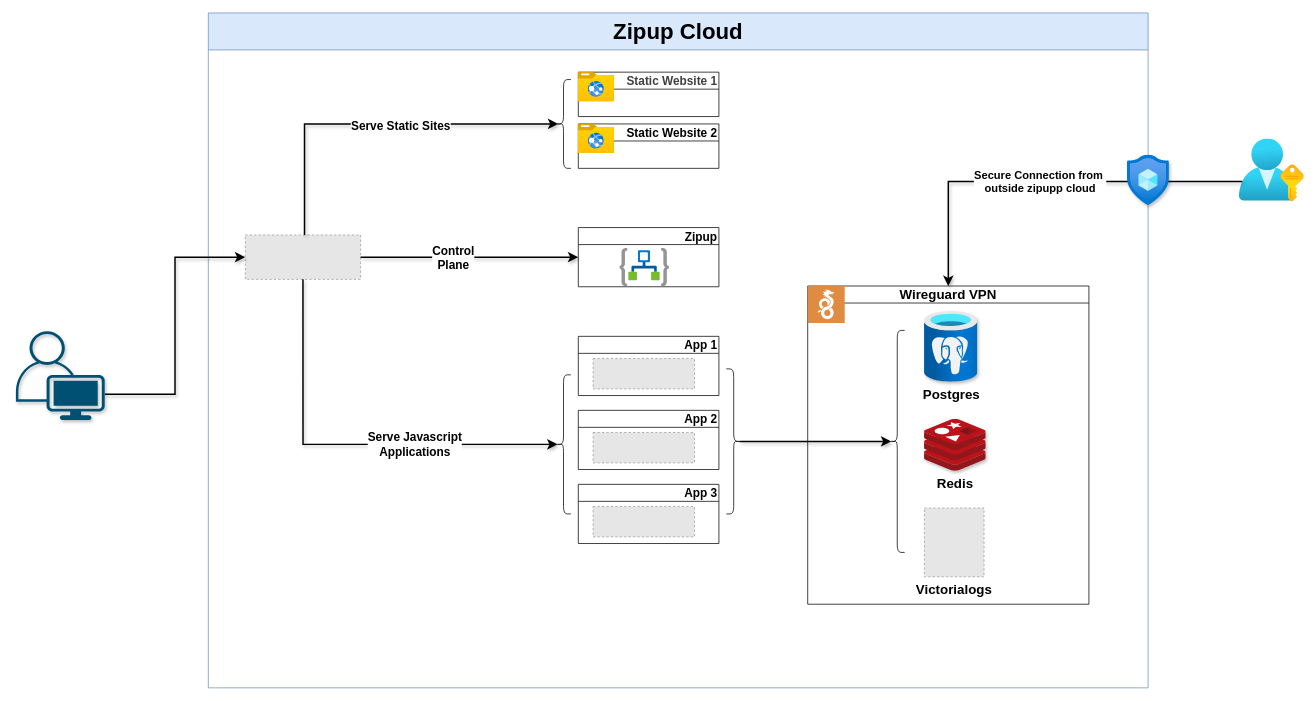
ankitaabad/zipup keeps this draw.io diagram as docs/zipup.dio. Above is the earlier version. Source tidied: cells renumbered, new cells numbered last; positions are measured from the earlier drawing's top-left corner, leaving out a move shared by most shapes. Both pictures are drawn from the tidied source at 74%, with x=0, y=0 at pixel (16, 13). Pictures stored in the file or linked from it are replaced by grey dashed boxes.
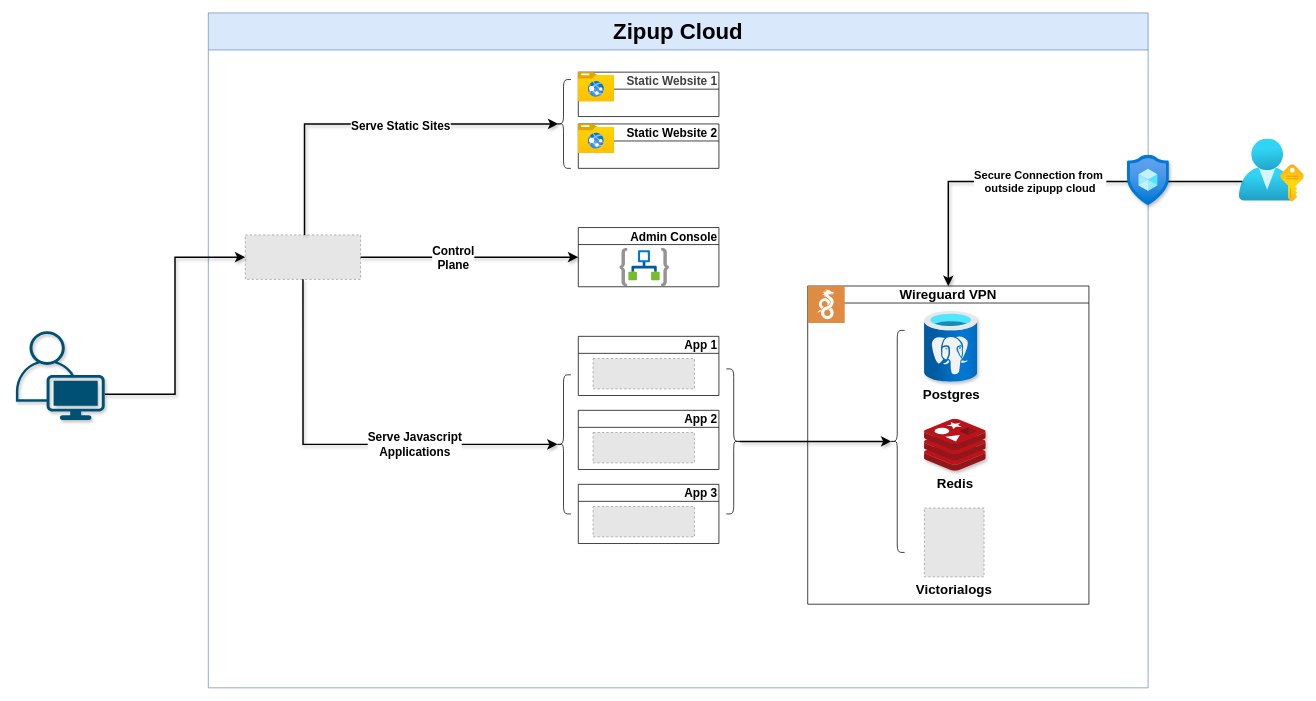
The same page after the edit.

Unchanged cells that the change refers to:
```xml
<mxCell id="2" value="&lt;font style=&quot;font-size: 30px;&quot;&gt;Zipup Cloud&lt;/font&gt;" style="swimlane;whiteSpace=wrap;html=1;startSize=50;fillColor=#dae8fc;strokeColor=#6c8ebf;" parent="1" vertex="1">
  <mxGeometry x="260" width="1270" height="912" as="geometry" />
</mxCell>
```

The edit, as a diff of the source:
```diff
@@
-    <mxCell id="10" value="&lt;font style=&quot;font-size: 16px;&quot;&gt;Zipup&lt;/font&gt;" style="swimlane;whiteSpace=wrap;html=1;align=right;" parent="2" vertex="1">
+    <mxCell id="10" value="&lt;font style=&quot;font-size: 16px;&quot;&gt;Admin Console&lt;/font&gt;" style="swimlane;whiteSpace=wrap;html=1;align=right;" parent="2" vertex="1">
       <mxGeometry x="500" y="290" width="190" height="80" as="geometry" />
     </mxCell>
```
